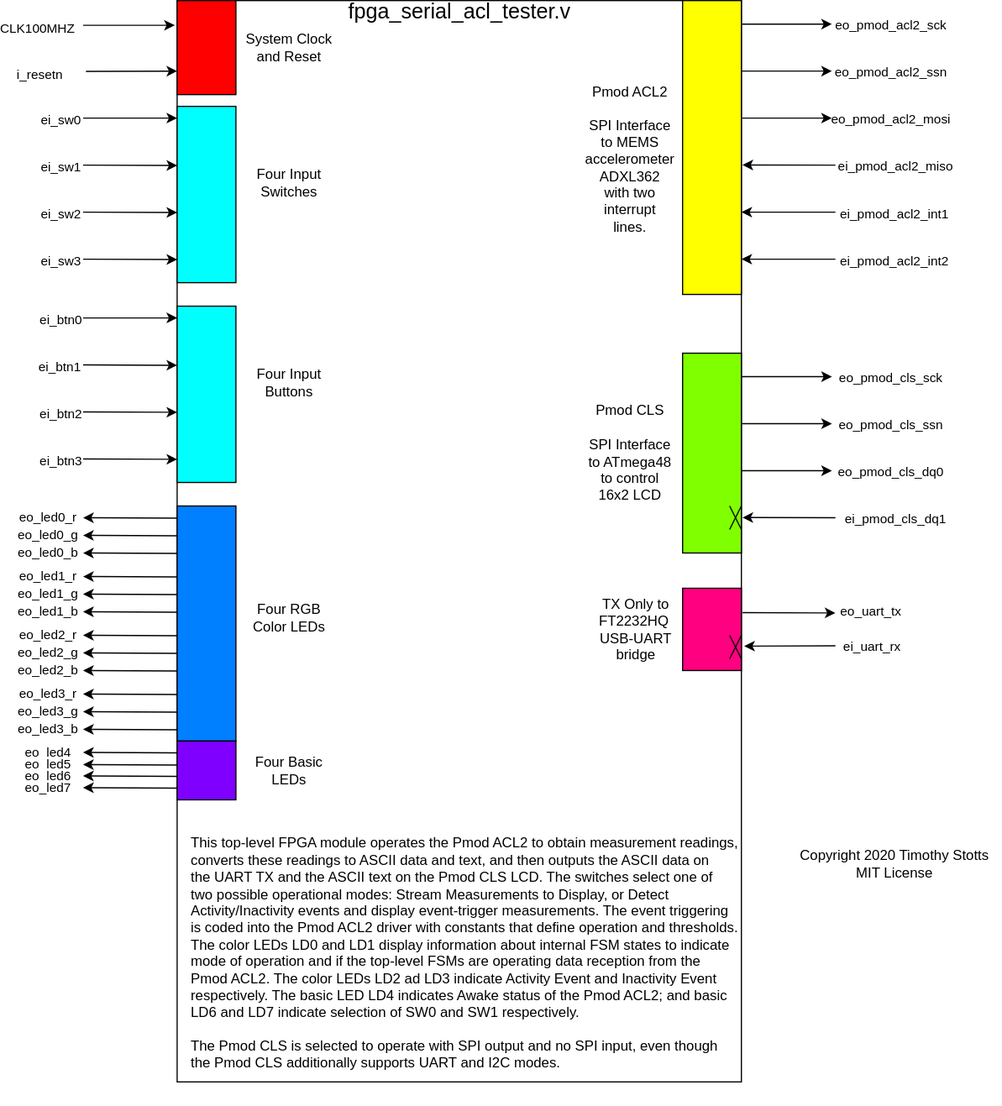
This is ACL-Tester-Design-Documents/ACL-Tester-Design-Diagrams-Top-Ports.svg from timothystotts/fpga-serial-acl-tester-1, a draw.io export, as it was before one commit. Source tidied: cells renumbered, new cells last; positions are measured from the earlier drawing's top-left corner, leaving out a move shared by most shapes.
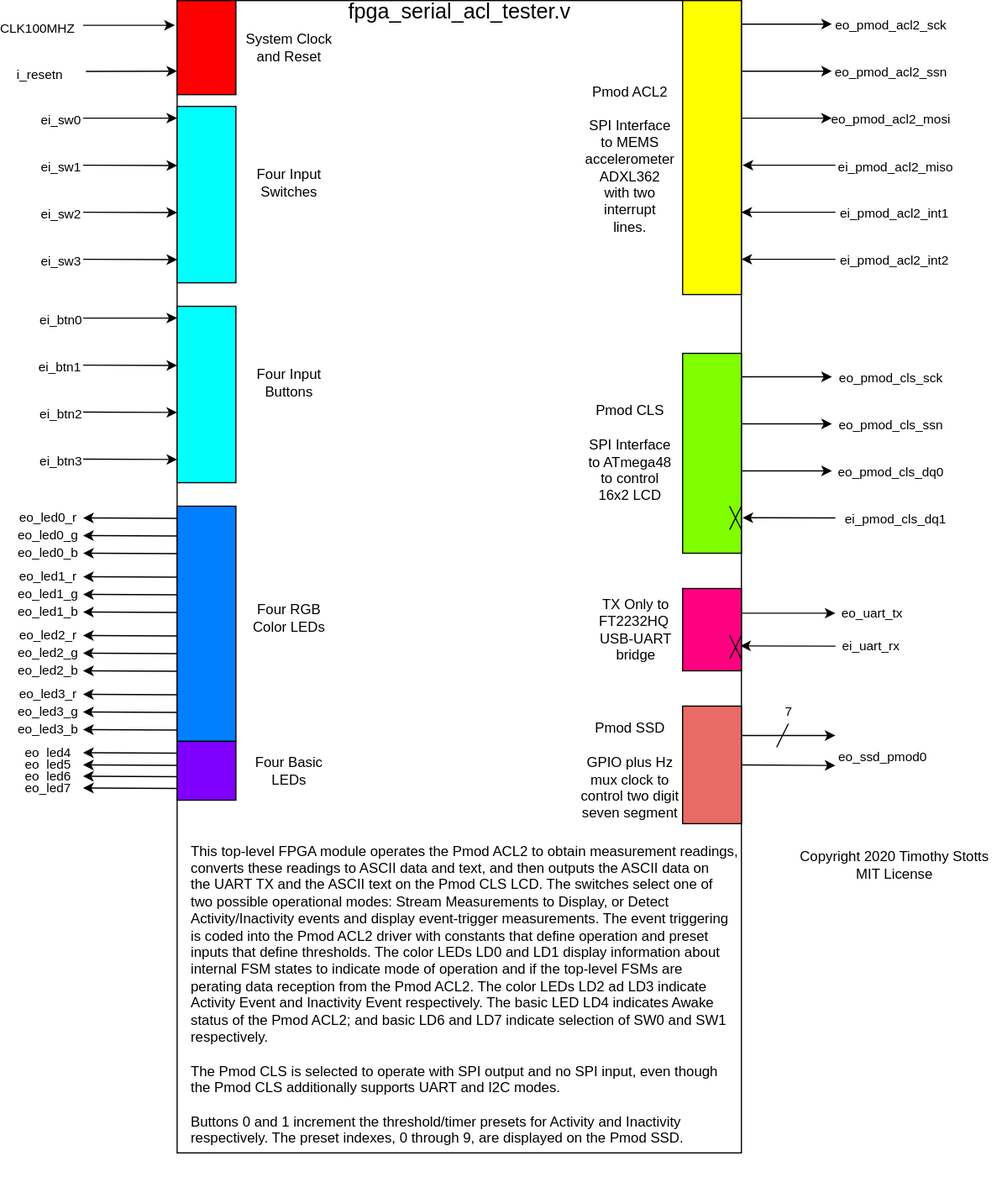
The same file after the commit.

Commit message:
Commit of Revision 1B of the design diagrams for ACL Tester.

What changed in the source:
```diff
@@ -3,7 +3,7 @@
     <mxCell id="0" />
     <mxCell id="1" parent="0" />
     <mxCell id="2" style="rounded=0;whiteSpace=wrap;html=1;" parent="1" vertex="1">
-      <mxGeometry x="80" width="480" height="920" as="geometry" />
+      <mxGeometry x="80" width="480" height="980" as="geometry" />
     </mxCell>
     <mxCell id="3" style="rounded=0;whiteSpace=wrap;html=1;fillColor=#FF0080;" parent="1" vertex="1">
       <mxGeometry x="510" y="500" width="50" height="70" as="geometry" />
@@ -69,9 +69,10 @@
         <mxPoint x="71.8" y="-2" as="offset" />
       </mxGeometry>
     </mxCell>
-    <mxCell id="16" style="endArrow=classic;html=1;entryX=1.002;entryY=0.152;entryDx=0;entryDy=0;entryPerimeter=0;" parent="1" edge="1" target="2">
+    <mxCell id="16" style="endArrow=classic;html=1;" parent="1" edge="1">
       <mxGeometry relative="1" as="geometry">
         <mxPoint x="640" y="140" as="sourcePoint" />
+        <mxPoint x="561" y="140" as="targetPoint" />
       </mxGeometry>
     </mxCell>
     <mxCell id="17" value="ei_pmod_acl2_miso" style="edgeLabel;html=1;align=center;verticalAlign=middle;" parent="16" vertex="1">
@@ -377,7 +378,7 @@
         <mxPoint x="560" y="430" as="targetPoint" />
       </mxGeometry>
     </mxCell>
-    <mxCell id="72" style="endArrow=classic;html=1;exitX=1.002;exitY=0.566;exitDx=0;exitDy=0;exitPerimeter=0;" parent="1" edge="1" source="2">
+    <mxCell id="72" style="endArrow=classic;html=1;exitX=1;exitY=0.3;exitDx=0;exitDy=0;exitPerimeter=0;" parent="1" edge="1" source="3">
       <mxGeometry relative="1" as="geometry">
         <mxPoint x="640" y="521" as="targetPoint" />
       </mxGeometry>
@@ -387,7 +388,7 @@
         <mxPoint x="59" y="-0.9" as="offset" />
       </mxGeometry>
     </mxCell>
-    <mxCell id="74" style="endArrow=classic;html=1;entryX=1.005;entryY=0.597;entryDx=0;entryDy=0;entryPerimeter=0;" parent="1" edge="1" target="2">
+    <mxCell id="74" style="endArrow=classic;html=1;entryX=0.998;entryY=0.56;entryDx=0;entryDy=0;entryPerimeter=0;" parent="1" edge="1" target="2">
       <mxGeometry relative="1" as="geometry">
         <mxPoint x="640" y="549" as="sourcePoint" />
       </mxGeometry>
@@ -448,8 +449,8 @@
     <mxCell id="90" value="Copyright 2020 Timothy Stotts&lt;br&gt;MIT License" style="text;html=1;align=center;verticalAlign=middle;" parent="1" vertex="1">
       <mxGeometry x="600" y="720" width="180" height="30" as="geometry" />
     </mxCell>
-    <mxCell id="91" value="This top-level FPGA module operates the Pmod ACL2 to obtain measurement readings,&lt;br&gt;converts these readings to ASCII data and text, and then outputs the ASCII data on&lt;br&gt;the UART TX and the ASCII text on the Pmod CLS LCD. The switches select one of&lt;br&gt;two possible operational modes: Stream Measurements to Display, or Detect&lt;br&gt;Activity/Inactivity events and display event-trigger measurements. The event triggering&lt;br&gt;is coded into the Pmod ACL2 driver with constants that define operation and thresholds.&lt;br&gt;The color LEDs LD0 and LD1 display information about internal FSM states to indicate&lt;br&gt;mode of operation and if the top-level FSMs are operating data reception from the&lt;br&gt;Pmod ACL2. The color LEDs LD2 ad LD3 indicate Activity Event and Inactivity Event&lt;br&gt;respectively. The basic LED LD4 indicates Awake status of the Pmod ACL2; and basic&lt;br&gt;LD6 and LD7 indicate selection of SW0 and SW1 respectively.&lt;br&gt;&lt;br&gt;The Pmod CLS is selected to operate with SPI output and no SPI input, even though&lt;br&gt;the Pmod CLS additionally supports UART and I2C modes.&lt;br&gt;&lt;div&gt;&lt;span&gt;&lt;br&gt;&lt;/span&gt;&lt;/div&gt;&lt;div&gt;&lt;br&gt;&lt;/div&gt;" style="text;html=1;align=left;verticalAlign=middle;" parent="1" vertex="1">
-      <mxGeometry x="90" y="710" width="480" height="230" as="geometry" />
+    <mxCell id="91" value="This top-level FPGA module operates the Pmod ACL2 to obtain measurement readings,&lt;br&gt;converts these readings to ASCII data and text, and then outputs the ASCII data on&lt;br&gt;the UART TX and the ASCII text on the Pmod CLS LCD. The switches select one of&lt;br&gt;two possible operational modes: Stream Measurements to Display, or Detect&lt;br&gt;Activity/Inactivity events and display event-trigger measurements. The event triggering&lt;br&gt;is coded into the Pmod ACL2 driver with constants that define operation and preset&lt;br&gt;inputs that define thresholds. The color LEDs LD0 and LD1 display information about &lt;br&gt;internal FSM states to indicate mode of operation and if the top-level FSMs are &lt;br&gt;perating data reception from the Pmod ACL2. The color LEDs LD2 ad LD3 indicate&lt;br&gt;Activity Event and Inactivity Event respectively. The basic LED LD4 indicates Awake&lt;br&gt;status of the Pmod ACL2; and basic LD6 and LD7 indicate selection of SW0 and SW1&lt;br&gt;respectively.&lt;br&gt;&lt;br&gt;The Pmod CLS is selected to operate with SPI output and no SPI input, even though&lt;br&gt;the Pmod CLS additionally supports UART and I2C modes.&lt;br&gt;&lt;br&gt;Buttons 0 and 1 increment the threshold/timer presets for Activity and Inactivity&lt;br&gt;respectively. The preset indexes, 0 through 9, are displayed on the Pmod SSD.&lt;br&gt;&lt;div&gt;&lt;span&gt;&lt;br&gt;&lt;/span&gt;&lt;/div&gt;&lt;div&gt;&lt;br&gt;&lt;/div&gt;" style="text;html=1;align=left;verticalAlign=middle;" parent="1" vertex="1">
+      <mxGeometry x="90" y="720" width="480" height="280" as="geometry" />
     </mxCell>
     <mxCell id="92" style="endArrow=classic;html=1;" parent="1" edge="1">
       <mxGeometry relative="1" as="geometry">
@@ -501,5 +502,34 @@
     <mxCell id="101" value="Four Input&lt;br&gt;Buttons" style="text;html=1;align=center;verticalAlign=middle;fillColor=none;strokeColor=none;rounded=0;" parent="1" vertex="1">
       <mxGeometry x="140" y="310" width="70" height="30" as="geometry" />
     </mxCell>
+    <mxCell id="102" style="rounded=0;whiteSpace=wrap;html=1;fillColor=#EA6B66;" parent="1" vertex="1">
+      <mxGeometry x="510" y="600" width="50" height="100" as="geometry" />
+    </mxCell>
+    <mxCell id="103" style="endArrow=classic;html=1;exitX=1;exitY=0.25;exitDx=0;exitDy=0;" parent="1" edge="1" source="102">
+      <mxGeometry relative="1" as="geometry">
+        <mxPoint x="640" y="625" as="targetPoint" />
+      </mxGeometry>
+    </mxCell>
+    <mxCell id="104" value="eo_ssd_pmod0" style="edgeLabel;html=1;align=center;verticalAlign=middle;" parent="103" vertex="1">
+      <mxGeometry x="0.53" y="2" relative="1" as="geometry">
+        <mxPoint x="59" y="19.1" as="offset" />
+      </mxGeometry>
+    </mxCell>
+    <mxCell id="105" style="endArrow=classic;html=1;exitX=1;exitY=0.25;exitDx=0;exitDy=0;" parent="1" edge="1">
+      <mxGeometry relative="1" as="geometry">
+        <mxPoint x="560" y="650" as="sourcePoint" />
+        <mxPoint x="640" y="650.5" as="targetPoint" />
+      </mxGeometry>
+    </mxCell>
+    <mxCell id="106" value="7" style="endArrow=none;html=1;" parent="1" edge="1">
+      <mxGeometry x="1" y="10" relative="1" as="geometry">
+        <mxPoint x="590" y="635" as="sourcePoint" />
+        <mxPoint x="600" y="615" as="targetPoint" />
+        <mxPoint x="9" y="-6" as="offset" />
+      </mxGeometry>
+    </mxCell>
+    <mxCell id="107" value="Pmod SSD&lt;br&gt;&lt;br&gt;GPIO plus Hz&lt;br&gt;mux clock to&lt;br&gt;control two digit&lt;br&gt;seven segment" style="text;html=1;align=center;verticalAlign=middle;fillColor=none;strokeColor=none;rounded=0;" parent="1" vertex="1">
+      <mxGeometry x="415" y="610" width="100" height="90" as="geometry" />
+    </mxCell>
   </root>
 </mxGraphModel>
```
